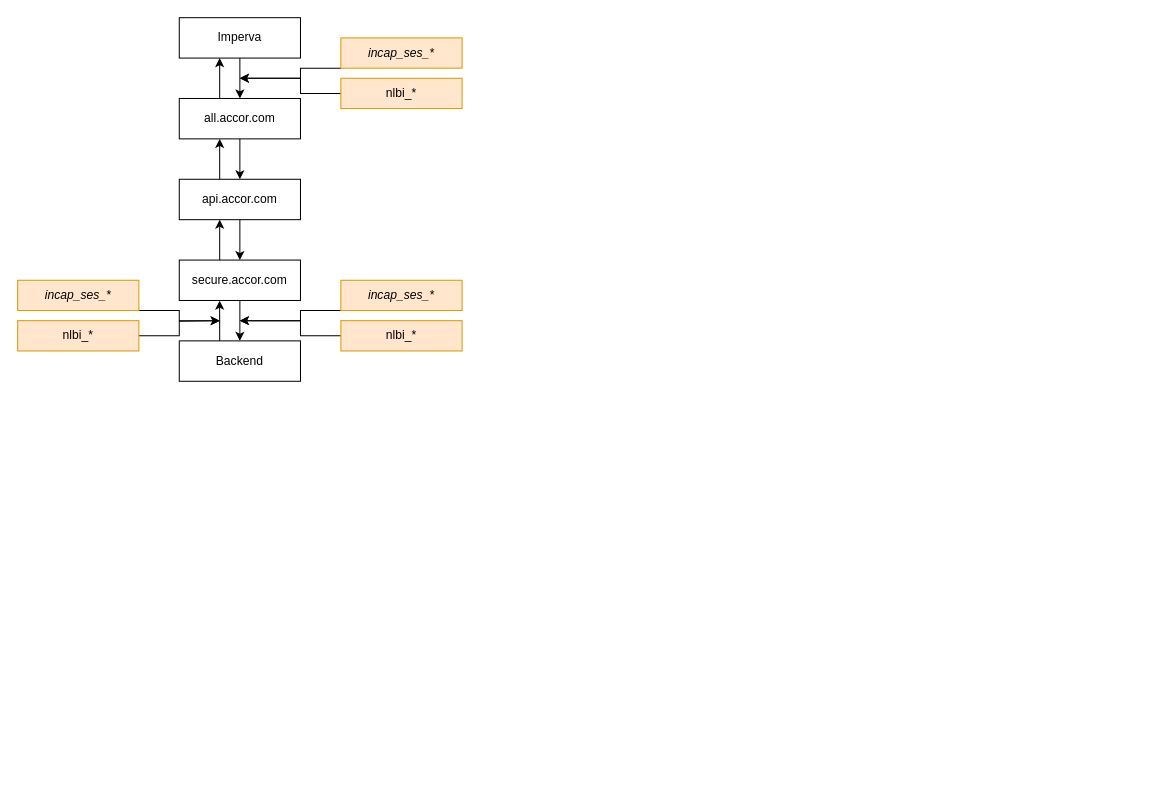
41M3/draw.io keeps this draw.io diagram as page "Page-1" (1 of 2) of Cookies Imperva.drawio. Above is the earlier version. Source tidied: cells renumbered, new cells numbered last; positions are measured from the earlier drawing's top-left corner, leaving out a move shared by most shapes. Both pictures are drawn from the tidied source at 101%, with x=0, y=0 at pixel (17, 17).
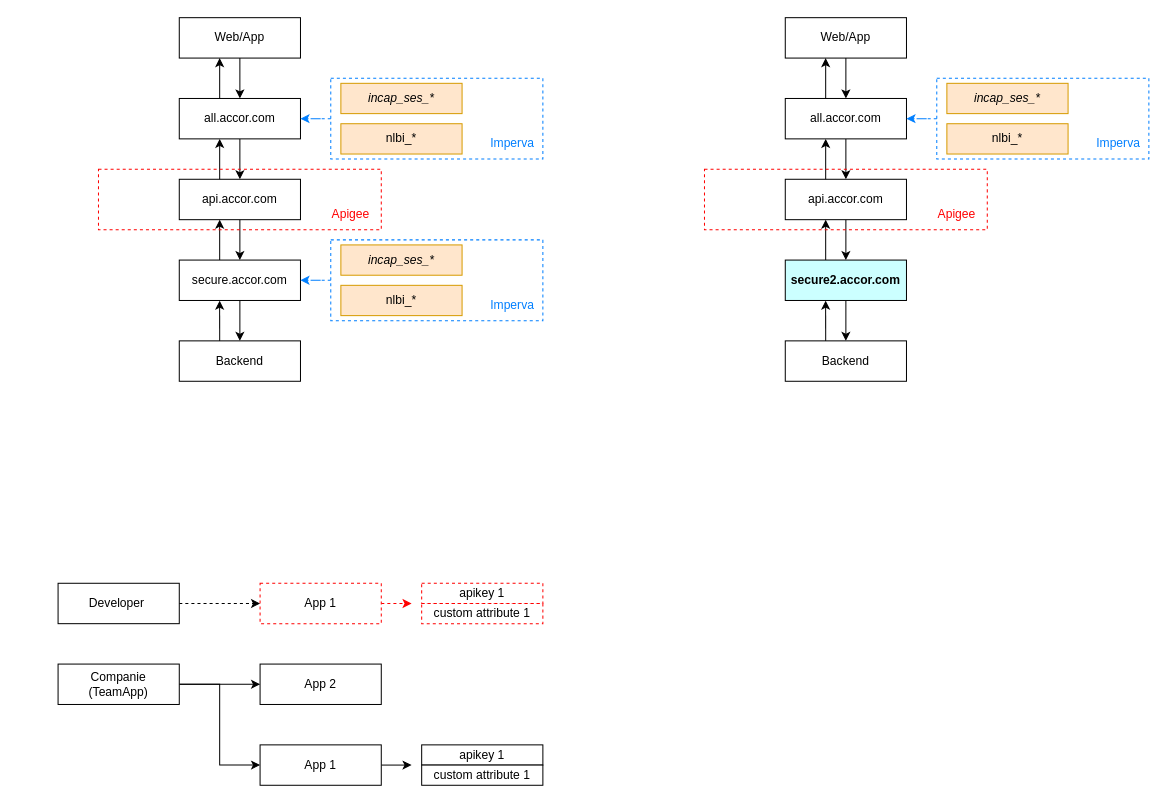
The same page after the edit.

Commit message:
Mettre à jour Cookies Imperva.drawio

The change refers to these unchanged cells:
```xml
<mxCell id="5" value="all.accor.com" style="rounded=0;whiteSpace=wrap;html=1;" parent="1" vertex="1">
  <mxGeometry x="160" y="80" width="120" height="40" as="geometry" />
</mxCell>
<mxCell id="7" value="api.accor.com" style="rounded=0;whiteSpace=wrap;html=1;" parent="1" vertex="1">
  <mxGeometry x="160" y="160" width="120" height="40" as="geometry" />
</mxCell>
<mxCell id="13" value="secure.accor.com" style="rounded=0;whiteSpace=wrap;html=1;" parent="1" vertex="1">
  <mxGeometry x="160" y="240" width="120" height="40" as="geometry" />
</mxCell>
```

Change to the diagram source:
```diff
@@
-    <mxCell id="2" style="edgeStyle=orthogonalEdgeStyle;rounded=0;jettySize=auto;html=1;entryX=0.5;entryY=0;entryDx=0;entryDy=0;" parent="1" edge="1" source="3" target="5">
-      <mxGeometry relative="1" as="geometry" />
-    </mxCell>
-    <mxCell id="3" value="Imperva" style="rounded=0;whiteSpace=wrap;html=1;" parent="1" vertex="1">
-      <mxGeometry x="160" width="120" height="40" as="geometry" />
-    </mxCell>
+    <mxCell id="27" style="rounded=0;whiteSpace=wrap;html=1;fillColor=none;dashed=1;strokeColor=#007FFF;" parent="1" vertex="1">
+      <mxGeometry x="310" y="220" width="210" height="80" as="geometry" />
+    </mxCell>
@@
-    <mxCell id="6" style="edgeStyle=orthogonalEdgeStyle;rounded=0;jettySize=auto;html=1;entryX=0.5;entryY=0;entryDx=0;entryDy=0;" parent="1" edge="1" source="7" target="13">
-      <mxGeometry relative="1" as="geometry" />
+    <mxCell id="6" style="edgeStyle=orthogonalEdgeStyle;rounded=0;jettySize=auto;html=1;entryX=0.5;entryY=0;entryDx=0;entryDy=0;" parent="1" edge="1" source="7">
+      <mxGeometry relative="1" as="geometry">
+        <mxPoint x="220" y="240" as="targetPoint" />
+      </mxGeometry>
     </mxCell>
@@
-    <mxCell id="8" style="edgeStyle=orthogonalEdgeStyle;rounded=0;jettySize=auto;html=1;" parent="1" edge="1" source="9">
-      <mxGeometry relative="1" as="geometry">
-        <mxPoint x="220" y="60" as="targetPoint" />
-        <Array as="points">
-          <mxPoint x="280" y="50" />
-          <mxPoint x="280" y="60" />
-        </Array>
-      </mxGeometry>
-    </mxCell>
     <mxCell id="9" value="&lt;i&gt;incap_ses_*&lt;br&gt;&lt;/i&gt;" style="rounded=0;whiteSpace=wrap;html=1;fillColor=#ffe6cc;strokeColor=#d79b00;" parent="1" vertex="1">
-      <mxGeometry x="320" y="20" width="120" height="30" as="geometry" />
+      <mxGeometry x="320" y="65" width="120" height="30" as="geometry" />
     </mxCell>
-    <mxCell id="10" style="edgeStyle=orthogonalEdgeStyle;rounded=0;jettySize=auto;html=1;" parent="1" edge="1" source="11">
-      <mxGeometry relative="1" as="geometry">
-        <mxPoint x="220" y="60" as="targetPoint" />
-        <Array as="points">
-          <mxPoint x="280" y="75" />
-          <mxPoint x="280" y="60" />
-        </Array>
-      </mxGeometry>
-    </mxCell>
     <mxCell id="11" value="nlbi_*" style="rounded=0;whiteSpace=wrap;html=1;fillColor=#ffe6cc;strokeColor=#d79b00;" parent="1" vertex="1">
-      <mxGeometry x="320" y="60" width="120" height="30" as="geometry" />
+      <mxGeometry x="320" y="105" width="120" height="30" as="geometry" />
     </mxCell>
@@
-    <mxCell id="15" style="edgeStyle=orthogonalEdgeStyle;rounded=0;jettySize=auto;html=1;" parent="1" edge="1" source="16">
-      <mxGeometry relative="1" as="geometry">
-        <mxPoint x="220" y="300" as="targetPoint" />
-        <Array as="points">
-          <mxPoint x="280" y="290" />
-          <mxPoint x="280" y="300" />
-        </Array>
-      </mxGeometry>
-    </mxCell>
-    <mxCell id="16" value="&lt;i&gt;incap_ses_*&lt;br&gt;&lt;/i&gt;" style="rounded=0;whiteSpace=wrap;html=1;fillColor=#ffe6cc;strokeColor=#d79b00;" parent="1" vertex="1">
-      <mxGeometry x="320" y="260" width="120" height="30" as="geometry" />
-    </mxCell>
-    <mxCell id="17" style="edgeStyle=orthogonalEdgeStyle;rounded=0;jettySize=auto;html=1;" parent="1" edge="1" source="18">
-      <mxGeometry relative="1" as="geometry">
-        <mxPoint x="220" y="300" as="targetPoint" />
-        <Array as="points">
-          <mxPoint x="280" y="315" />
-          <mxPoint x="280" y="300" />
-        </Array>
-      </mxGeometry>
-    </mxCell>
-    <mxCell id="18" value="nlbi_*" style="rounded=0;whiteSpace=wrap;html=1;fillColor=#ffe6cc;strokeColor=#d79b00;" parent="1" vertex="1">
-      <mxGeometry x="320" y="300" width="120" height="30" as="geometry" />
-    </mxCell>
@@
-    <mxCell id="22" style="endArrow=classic;html=1;rounded=0;entryX=0.333;entryY=1.004;entryDx=0;entryDy=0;entryPerimeter=0;" parent="1" edge="1">
-      <mxGeometry relative="1" as="geometry">
-        <mxPoint x="200" y="80" as="sourcePoint" />
-        <mxPoint x="200" y="40" as="targetPoint" />
-      </mxGeometry>
-    </mxCell>
-    <mxCell id="23" style="edgeStyle=orthogonalEdgeStyle;rounded=0;jettySize=auto;html=1;" parent="1" edge="1" source="24">
-      <mxGeometry relative="1" as="geometry">
-        <mxPoint x="200" y="300" as="targetPoint" />
-        <Array as="points">
-          <mxPoint x="160" y="290" />
-          <mxPoint x="160" y="300" />
-        </Array>
-      </mxGeometry>
-    </mxCell>
-    <mxCell id="24" value="&lt;i&gt;incap_ses_*&lt;br&gt;&lt;/i&gt;" style="rounded=0;whiteSpace=wrap;html=1;fillColor=#ffe6cc;strokeColor=#d79b00;" parent="1" vertex="1">
-      <mxGeometry y="260" width="120" height="30" as="geometry" />
-    </mxCell>
-    <mxCell id="25" style="edgeStyle=orthogonalEdgeStyle;rounded=0;jettySize=auto;html=1;" parent="1" edge="1" source="26">
-      <mxGeometry relative="1" as="geometry">
-        <mxPoint x="200" y="300" as="targetPoint" />
-      </mxGeometry>
-    </mxCell>
-    <mxCell id="26" value="nlbi_*" style="rounded=0;whiteSpace=wrap;html=1;fillColor=#ffe6cc;strokeColor=#d79b00;" parent="1" vertex="1">
-      <mxGeometry y="300" width="120" height="30" as="geometry" />
-    </mxCell>
+    <mxCell id="28" style="edgeStyle=orthogonalEdgeStyle;rounded=0;jettySize=auto;html=1;entryX=0;entryY=0.5;entryDx=0;entryDy=0;dashed=1;" parent="1" edge="1" source="29" target="34">
+      <mxGeometry relative="1" as="geometry" />
+    </mxCell>
+    <mxCell id="29" value="Developer&amp;nbsp;" style="rounded=0;whiteSpace=wrap;html=1;" parent="1" vertex="1">
+      <mxGeometry x="40" y="560" width="120" height="40" as="geometry" />
+    </mxCell>
+    <mxCell id="30" style="edgeStyle=orthogonalEdgeStyle;rounded=0;jettySize=auto;html=1;entryX=0;entryY=0.5;entryDx=0;entryDy=0;" parent="1" edge="1" source="32" target="35">
+      <mxGeometry relative="1" as="geometry" />
+    </mxCell>
+    <mxCell id="31" style="edgeStyle=orthogonalEdgeStyle;rounded=0;jettySize=auto;html=1;entryX=0;entryY=0.5;entryDx=0;entryDy=0;" parent="1" edge="1" source="32" target="37">
+      <mxGeometry relative="1" as="geometry" />
+    </mxCell>
+    <mxCell id="32" value="Companie&lt;br&gt;(TeamApp)" style="rounded=0;whiteSpace=wrap;html=1;" parent="1" vertex="1">
+      <mxGeometry x="40" y="640" width="120" height="40" as="geometry" />
+    </mxCell>
+    <mxCell id="33" style="edgeStyle=orthogonalEdgeStyle;rounded=0;jettySize=auto;html=1;dashed=1;strokeColor=#FF0000;" parent="1" edge="1" source="34">
+      <mxGeometry relative="1" as="geometry">
+        <mxPoint x="390" y="580" as="targetPoint" />
+      </mxGeometry>
+    </mxCell>
+    <mxCell id="34" value="App 1" style="rounded=0;whiteSpace=wrap;html=1;dashed=1;strokeColor=#FF0000;" parent="1" vertex="1">
+      <mxGeometry x="240" y="560" width="120" height="40" as="geometry" />
+    </mxCell>
+    <mxCell id="35" value="App 2" style="rounded=0;whiteSpace=wrap;html=1;" parent="1" vertex="1">
+      <mxGeometry x="240" y="640" width="120" height="40" as="geometry" />
+    </mxCell>
+    <mxCell id="36" style="edgeStyle=orthogonalEdgeStyle;rounded=0;jettySize=auto;html=1;" parent="1" edge="1" source="37">
+      <mxGeometry relative="1" as="geometry">
+        <mxPoint x="390" y="740" as="targetPoint" />
+      </mxGeometry>
+    </mxCell>
+    <mxCell id="37" value="App 1" style="rounded=0;whiteSpace=wrap;html=1;" parent="1" vertex="1">
+      <mxGeometry x="240" y="720" width="120" height="40" as="geometry" />
+    </mxCell>
+    <mxCell id="38" value="apikey 1" style="rounded=0;whiteSpace=wrap;html=1;dashed=1;strokeColor=#FF0000;" parent="1" vertex="1">
+      <mxGeometry x="400" y="560" width="120" height="20" as="geometry" />
+    </mxCell>
+    <mxCell id="39" value="custom attribute 1" style="rounded=0;whiteSpace=wrap;html=1;dashed=1;strokeColor=#FF0000;" parent="1" vertex="1">
+      <mxGeometry x="400" y="580" width="120" height="20" as="geometry" />
+    </mxCell>
+    <mxCell id="40" value="apikey 1" style="rounded=0;whiteSpace=wrap;html=1;" parent="1" vertex="1">
+      <mxGeometry x="400" y="720" width="120" height="20" as="geometry" />
+    </mxCell>
+    <mxCell id="41" value="custom attribute 1" style="rounded=0;whiteSpace=wrap;html=1;" parent="1" vertex="1">
+      <mxGeometry x="400" y="740" width="120" height="20" as="geometry" />
+    </mxCell>
+    <mxCell id="42" style="edgeStyle=orthogonalEdgeStyle;rounded=0;jettySize=auto;html=1;" parent="1" edge="1" source="43">
+      <mxGeometry relative="1" as="geometry">
+        <mxPoint x="220" y="80" as="targetPoint" />
+      </mxGeometry>
+    </mxCell>
+    <mxCell id="43" value="Web/App" style="rounded=0;whiteSpace=wrap;html=1;" parent="1" vertex="1">
+      <mxGeometry x="160" width="120" height="40" as="geometry" />
+    </mxCell>
+    <mxCell id="44" style="endArrow=classic;html=1;rounded=0;entryX=0.333;entryY=1.004;entryDx=0;entryDy=0;entryPerimeter=0;" parent="1" edge="1">
+      <mxGeometry relative="1" as="geometry">
+        <mxPoint x="200" y="80" as="sourcePoint" />
+        <mxPoint x="200" y="40" as="targetPoint" />
+      </mxGeometry>
+    </mxCell>
+    <mxCell id="45" style="rounded=0;whiteSpace=wrap;html=1;fillColor=none;dashed=1;strokeColor=#FF0000;" parent="1" vertex="1">
+      <mxGeometry x="80" y="150" width="280" height="60" as="geometry" />
+    </mxCell>
+    <mxCell id="46" value="&lt;font color=&quot;#ff0000&quot;&gt;Apigee&lt;/font&gt;" style="text;html=1;align=center;verticalAlign=middle;whiteSpace=wrap;rounded=0;" parent="1" vertex="1">
+      <mxGeometry x="300" y="180" width="60" height="30" as="geometry" />
+    </mxCell>
+    <mxCell id="47" style="edgeStyle=orthogonalEdgeStyle;rounded=0;jettySize=auto;html=1;entryX=1;entryY=0.5;entryDx=0;entryDy=0;dashed=1;strokeColor=#007FFF;" parent="1" edge="1" source="48" target="5">
+      <mxGeometry relative="1" as="geometry" />
+    </mxCell>
+    <mxCell id="48" style="rounded=0;whiteSpace=wrap;html=1;fillColor=none;dashed=1;strokeColor=#007FFF;" parent="1" vertex="1">
+      <mxGeometry x="310" y="60" width="210" height="80" as="geometry" />
+    </mxCell>
+    <mxCell id="49" value="&lt;font color=&quot;#007fff&quot;&gt;Imperva&lt;/font&gt;" style="text;html=1;align=center;verticalAlign=middle;whiteSpace=wrap;rounded=0;" parent="1" vertex="1">
+      <mxGeometry x="460" y="110" width="60" height="30" as="geometry" />
+    </mxCell>
+    <mxCell id="50" value="&lt;i&gt;incap_ses_*&lt;br&gt;&lt;/i&gt;" style="rounded=0;whiteSpace=wrap;html=1;fillColor=#ffe6cc;strokeColor=#d79b00;" parent="1" vertex="1">
+      <mxGeometry x="320" y="225" width="120" height="30" as="geometry" />
+    </mxCell>
+    <mxCell id="51" value="nlbi_*" style="rounded=0;whiteSpace=wrap;html=1;fillColor=#ffe6cc;strokeColor=#d79b00;" parent="1" vertex="1">
+      <mxGeometry x="320" y="265" width="120" height="30" as="geometry" />
+    </mxCell>
+    <mxCell id="52" style="edgeStyle=orthogonalEdgeStyle;rounded=0;jettySize=auto;html=1;entryX=1;entryY=0.5;entryDx=0;entryDy=0;dashed=1;strokeColor=#007FFF;" parent="1" edge="1" source="27" target="13">
+      <mxGeometry relative="1" as="geometry" />
+    </mxCell>
+    <mxCell id="53" value="&lt;font color=&quot;#007fff&quot;&gt;Imperva&lt;/font&gt;" style="text;html=1;align=center;verticalAlign=middle;whiteSpace=wrap;rounded=0;" parent="1" vertex="1">
+      <mxGeometry x="460" y="270" width="60" height="30" as="geometry" />
+    </mxCell>
+    <mxCell id="54" style="edgeStyle=orthogonalEdgeStyle;rounded=0;jettySize=auto;html=1;entryX=0.5;entryY=0;entryDx=0;entryDy=0;" parent="1" edge="1" source="55" target="57">
+      <mxGeometry relative="1" as="geometry" />
+    </mxCell>
+    <mxCell id="55" value="all.accor.com" style="rounded=0;whiteSpace=wrap;html=1;" parent="1" vertex="1">
+      <mxGeometry x="760" y="80" width="120" height="40" as="geometry" />
+    </mxCell>
+    <mxCell id="56" style="edgeStyle=orthogonalEdgeStyle;rounded=0;jettySize=auto;html=1;entryX=0.5;entryY=0;entryDx=0;entryDy=0;" parent="1" edge="1" source="57">
+      <mxGeometry relative="1" as="geometry">
+        <mxPoint x="820" y="240" as="targetPoint" />
+      </mxGeometry>
+    </mxCell>
+    <mxCell id="57" value="api.accor.com" style="rounded=0;whiteSpace=wrap;html=1;" parent="1" vertex="1">
+      <mxGeometry x="760" y="160" width="120" height="40" as="geometry" />
+    </mxCell>
+    <mxCell id="58" value="&lt;i&gt;incap_ses_*&lt;br&gt;&lt;/i&gt;" style="rounded=0;whiteSpace=wrap;html=1;fillColor=#ffe6cc;strokeColor=#d79b00;" parent="1" vertex="1">
+      <mxGeometry x="920" y="65" width="120" height="30" as="geometry" />
+    </mxCell>
+    <mxCell id="59" value="nlbi_*" style="rounded=0;whiteSpace=wrap;html=1;fillColor=#ffe6cc;strokeColor=#d79b00;" parent="1" vertex="1">
+      <mxGeometry x="920" y="105" width="120" height="30" as="geometry" />
+    </mxCell>
+    <mxCell id="60" style="edgeStyle=orthogonalEdgeStyle;rounded=0;jettySize=auto;html=1;entryX=0.5;entryY=0;entryDx=0;entryDy=0;" parent="1" edge="1" source="61" target="62">
+      <mxGeometry relative="1" as="geometry" />
+    </mxCell>
+    <mxCell id="61" value="&lt;b&gt;secure2.accor.com&lt;/b&gt;" style="rounded=0;whiteSpace=wrap;html=1;fillColor=#CCFFFF;" parent="1" vertex="1">
+      <mxGeometry x="760" y="240" width="120" height="40" as="geometry" />
+    </mxCell>
+    <mxCell id="62" value="Backend" style="rounded=0;whiteSpace=wrap;html=1;" parent="1" vertex="1">
+      <mxGeometry x="760" y="320" width="120" height="40" as="geometry" />
+    </mxCell>
+    <mxCell id="63" style="endArrow=classic;html=1;rounded=0;entryX=0.333;entryY=1.004;entryDx=0;entryDy=0;entryPerimeter=0;" parent="1" edge="1" target="61">
+      <mxGeometry relative="1" as="geometry">
+        <mxPoint x="800" y="320" as="sourcePoint" />
+      </mxGeometry>
+    </mxCell>
+    <mxCell id="64" style="endArrow=classic;html=1;rounded=0;entryX=0.333;entryY=1.004;entryDx=0;entryDy=0;entryPerimeter=0;" parent="1" edge="1">
+      <mxGeometry relative="1" as="geometry">
+        <mxPoint x="800" y="240" as="sourcePoint" />
+        <mxPoint x="800" y="200" as="targetPoint" />
+      </mxGeometry>
+    </mxCell>
+    <mxCell id="65" style="endArrow=classic;html=1;rounded=0;entryX=0.333;entryY=1.004;entryDx=0;entryDy=0;entryPerimeter=0;" parent="1" edge="1">
+      <mxGeometry relative="1" as="geometry">
+        <mxPoint x="800" y="160" as="sourcePoint" />
+        <mxPoint x="800" y="120" as="targetPoint" />
+      </mxGeometry>
+    </mxCell>
+    <mxCell id="66" style="edgeStyle=orthogonalEdgeStyle;rounded=0;jettySize=auto;html=1;" parent="1" edge="1" source="67">
+      <mxGeometry relative="1" as="geometry">
+        <mxPoint x="820" y="80" as="targetPoint" />
+      </mxGeometry>
+    </mxCell>
+    <mxCell id="67" value="Web/App" style="rounded=0;whiteSpace=wrap;html=1;" parent="1" vertex="1">
+      <mxGeometry x="760" width="120" height="40" as="geometry" />
+    </mxCell>
+    <mxCell id="68" style="endArrow=classic;html=1;rounded=0;entryX=0.333;entryY=1.004;entryDx=0;entryDy=0;entryPerimeter=0;" parent="1" edge="1">
+      <mxGeometry relative="1" as="geometry">
+        <mxPoint x="800" y="80" as="sourcePoint" />
+        <mxPoint x="800" y="40" as="targetPoint" />
+      </mxGeometry>
+    </mxCell>
+    <mxCell id="69" style="rounded=0;whiteSpace=wrap;html=1;fillColor=none;dashed=1;strokeColor=#FF0000;" parent="1" vertex="1">
+      <mxGeometry x="680" y="150" width="280" height="60" as="geometry" />
+    </mxCell>
+    <mxCell id="70" value="&lt;font color=&quot;#ff0000&quot;&gt;Apigee&lt;/font&gt;" style="text;html=1;align=center;verticalAlign=middle;whiteSpace=wrap;rounded=0;" parent="1" vertex="1">
+      <mxGeometry x="900" y="180" width="60" height="30" as="geometry" />
+    </mxCell>
+    <mxCell id="71" style="edgeStyle=orthogonalEdgeStyle;rounded=0;jettySize=auto;html=1;entryX=1;entryY=0.5;entryDx=0;entryDy=0;dashed=1;strokeColor=#007FFF;" parent="1" edge="1" source="72" target="55">
+      <mxGeometry relative="1" as="geometry" />
+    </mxCell>
+    <mxCell id="72" style="rounded=0;whiteSpace=wrap;html=1;fillColor=none;dashed=1;strokeColor=#007FFF;" parent="1" vertex="1">
+      <mxGeometry x="910" y="60" width="210" height="80" as="geometry" />
+    </mxCell>
+    <mxCell id="73" value="&lt;font color=&quot;#007fff&quot;&gt;Imperva&lt;/font&gt;" style="text;html=1;align=center;verticalAlign=middle;whiteSpace=wrap;rounded=0;" parent="1" vertex="1">
+      <mxGeometry x="1060" y="110" width="60" height="30" as="geometry" />
+    </mxCell>
```
